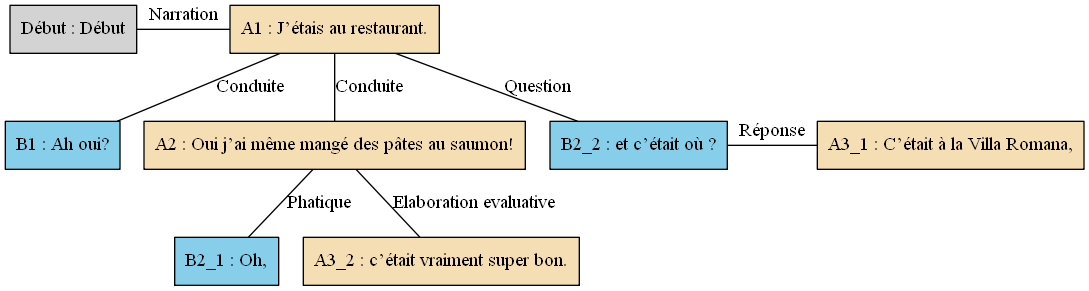
Before: arbres/Bac_a_sable/Bac_a_sable_-_C10.gv.png, a diagram exported from Graphviz (AlaixComet/AnnotationSlamPTut). Its source is kept beside it as arbres/Bac_a_sable/Bac_a_sable_-_C10.gv. Its diagram source:
```dot
digraph C10 {
	node [shape=box style=filled]
	"Début" [label="Début : Début"]
	A1 [label="A1 : J’étais au restaurant." fillcolor=wheat]
	B1 [label="B1 : Ah oui?" fillcolor=skyblue]
	A2 [label="A2 : Oui j’ai même mangé des pâtes au saumon!" fillcolor=wheat]
	B2_1 [label="B2_1 : Oh," fillcolor=skyblue]
	B2_2 [label="B2_2 : et c’était où ?" fillcolor=skyblue]
	A3_1 [label="A3_1 : C’était à la Villa Romana," fillcolor=wheat]
	A3_2 [label="A3_2 : c’était vraiment super bon." fillcolor=wheat]
	{
		rank=same
		"Début"
		A1
		"Début" -> A1 [label=Narration dir=none]
	}
	A1 -> B1 [label=Conduite dir=none]
	A1 -> A2 [label=Conduite dir=none]
	A2 -> B2_1 [label=Phatique dir=none]
	A1 -> B2_2 [label=Question dir=none]
	{
		rank=same
		B2_2
		A3_1
		B2_2 -> A3_1 [label="Réponse" dir=none]
	}
	A2 -> A3_2 [label="Elaboration evaluative" dir=none]
}
```
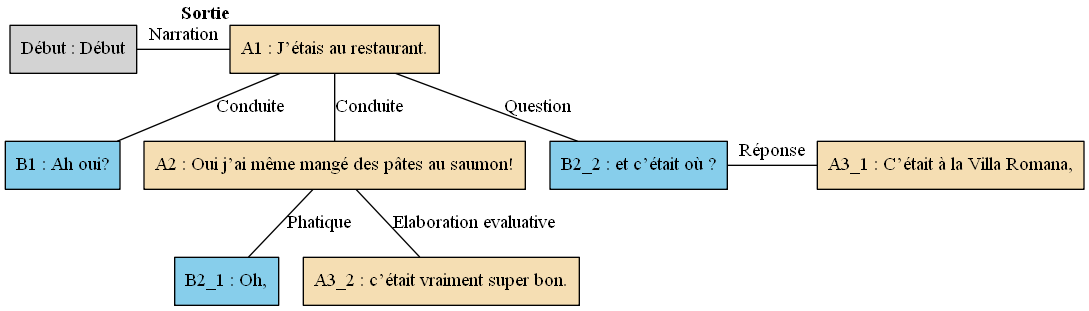
After the commit.

Change to the diagram source:
```diff
@@ -1,13 +1,13 @@
 digraph C10 {
 	node [shape=box style=filled]
-	"Début" [label="Début : Début"]
-	A1 [label="A1 : J’étais au restaurant." fillcolor=wheat]
-	B1 [label="B1 : Ah oui?" fillcolor=skyblue]
-	A2 [label="A2 : Oui j’ai même mangé des pâtes au saumon!" fillcolor=wheat]
-	B2_1 [label="B2_1 : Oh," fillcolor=skyblue]
-	B2_2 [label="B2_2 : et c’était où ?" fillcolor=skyblue]
-	A3_1 [label="A3_1 : C’était à la Villa Romana," fillcolor=wheat]
-	A3_2 [label="A3_2 : c’était vraiment super bon." fillcolor=wheat]
+	"Début" [label="Début : Début" xlabel=""]
+	A1 [label="A1 : J’étais au restaurant." fillcolor=wheat xlabel=<<B>Sortie</B>>]
+	B1 [label="B1 : Ah oui?" fillcolor=skyblue xlabel=""]
+	A2 [label="A2 : Oui j’ai même mangé des pâtes au saumon!" fillcolor=wheat xlabel=""]
+	B2_1 [label="B2_1 : Oh," fillcolor=skyblue xlabel=""]
+	B2_2 [label="B2_2 : et c’était où ?" fillcolor=skyblue xlabel=""]
+	A3_1 [label="A3_1 : C’était à la Villa Romana," fillcolor=wheat xlabel=""]
+	A3_2 [label="A3_2 : c’était vraiment super bon." fillcolor=wheat xlabel=""]
 	{
 		rank=same
 		"Début"
```
